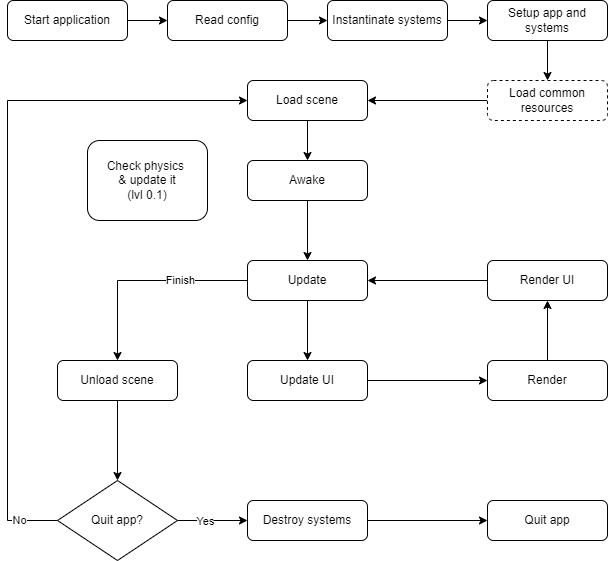
Before: Docs/ApplicationLoop.png, a diagram exported from draw.io (megabombus-rex/LF2_Clone). Source tidied: cells renumbered, new cells last; positions are measured from the earlier drawing's top-left corner, leaving out a move shared by most shapes.
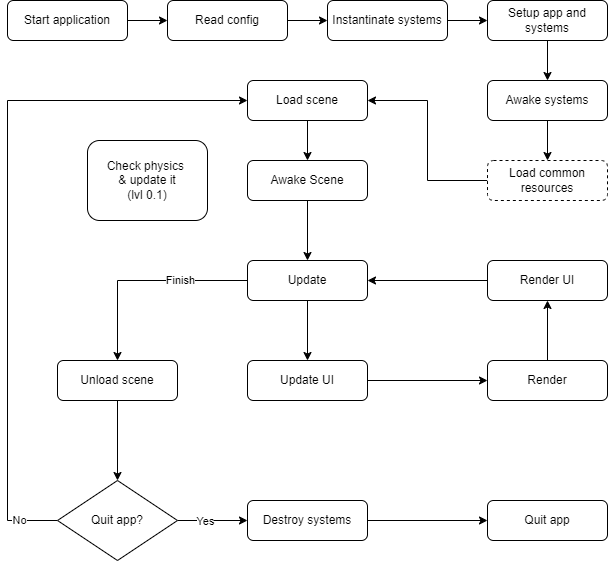
Later version of the same file.

Commit message:
Application loop implemented.

Diff of the diagram source:
```diff
@@ -11,7 +11,7 @@
     <mxCell id="4" style="edgeStyle=orthogonalEdgeStyle;rounded=0;jettySize=auto;html=1;exitX=0.5;exitY=1;exitDx=0;exitDy=0;entryX=0.5;entryY=0;entryDx=0;entryDy=0;" parent="1" edge="1" source="19" target="12">
       <mxGeometry relative="1" as="geometry" />
     </mxCell>
-    <mxCell id="5" style="edgeStyle=orthogonalEdgeStyle;rounded=0;jettySize=auto;html=1;exitX=0.5;exitY=1;exitDx=0;exitDy=0;entryX=0.5;entryY=0;entryDx=0;entryDy=0;" parent="1" edge="1" source="6" target="25">
+    <mxCell id="5" style="edgeStyle=orthogonalEdgeStyle;rounded=0;jettySize=auto;html=1;exitX=0.5;exitY=1;exitDx=0;exitDy=0;entryX=0.5;entryY=0;entryDx=0;entryDy=0;" parent="1" edge="1" source="6" target="38">
       <mxGeometry relative="1" as="geometry" />
     </mxCell>
     <mxCell id="6" value="Setup app and systems" style="rounded=1;whiteSpace=wrap;html=1;fontSize=12;glass=0;strokeWidth=1;shadow=0;" parent="1" vertex="1">
@@ -57,7 +57,7 @@
     <mxCell id="18" value="Unload scene" style="rounded=1;whiteSpace=wrap;html=1;fontSize=12;glass=0;strokeWidth=1;shadow=0;" parent="1" vertex="1">
       <mxGeometry x="50" y="360" width="120" height="40" as="geometry" />
     </mxCell>
-    <mxCell id="19" value="Awake" style="rounded=1;whiteSpace=wrap;html=1;fontSize=12;glass=0;strokeWidth=1;shadow=0;" parent="1" vertex="1">
+    <mxCell id="19" value="Awake Scene" style="rounded=1;whiteSpace=wrap;html=1;fontSize=12;glass=0;strokeWidth=1;shadow=0;" parent="1" vertex="1">
       <mxGeometry x="240" y="160" width="120" height="40" as="geometry" />
     </mxCell>
     <mxCell id="20" style="edgeStyle=orthogonalEdgeStyle;rounded=0;jettySize=auto;html=1;exitX=1;exitY=0.5;exitDx=0;exitDy=0;entryX=0;entryY=0.5;entryDx=0;entryDy=0;" parent="1" edge="1" source="21" target="23">
@@ -76,7 +76,7 @@
       <mxGeometry relative="1" as="geometry" />
     </mxCell>
     <mxCell id="25" value="Load common resources" style="rounded=1;whiteSpace=wrap;html=1;fontSize=12;glass=0;strokeWidth=1;shadow=0;dashed=1;" parent="1" vertex="1">
-      <mxGeometry x="480" y="80" width="120" height="40" as="geometry" />
+      <mxGeometry x="480" y="160" width="120" height="40" as="geometry" />
     </mxCell>
     <mxCell id="26" value="Update UI" style="rounded=1;whiteSpace=wrap;html=1;fontSize=12;glass=0;strokeWidth=1;shadow=0;" parent="1" vertex="1">
       <mxGeometry x="240" y="360" width="120" height="40" as="geometry" />
@@ -116,5 +116,11 @@
     <mxCell id="36" value="Render UI" style="rounded=1;whiteSpace=wrap;html=1;fontSize=12;glass=0;strokeWidth=1;shadow=0;" parent="1" vertex="1">
       <mxGeometry x="480" y="260" width="120" height="40" as="geometry" />
     </mxCell>
+    <mxCell id="37" style="edgeStyle=orthogonalEdgeStyle;rounded=0;jettySize=auto;html=1;exitX=0.5;exitY=1;exitDx=0;exitDy=0;entryX=0.5;entryY=0;entryDx=0;entryDy=0;" parent="1" edge="1" source="38" target="25">
+      <mxGeometry relative="1" as="geometry" />
+    </mxCell>
+    <mxCell id="38" value="Awake systems" style="rounded=1;whiteSpace=wrap;html=1;fontSize=12;glass=0;strokeWidth=1;shadow=0;" parent="1" vertex="1">
+      <mxGeometry x="480" y="80" width="120" height="40" as="geometry" />
+    </mxCell>
   </root>
 </mxGraphModel>
```
